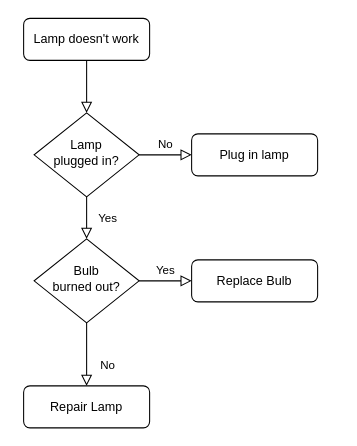
The draw.io diagram 未命名绘图.drawio in wly519092303/-, before the edit. Source tidied: cells renumbered, new cells numbered last; positions are measured from the earlier drawing's top-left corner, leaving out a move shared by most shapes. Both pictures are drawn from the tidied source at 105%, with x=0, y=0 at pixel (23, 18).
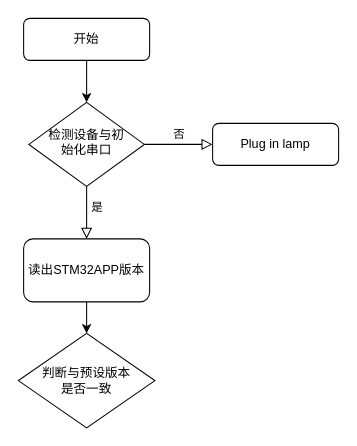
The same diagram, later.

Commit message (it also covers changes not shown here):
更新未命名绘图.drawio

Change to the diagram source:
```diff
@@
 <mxGraphModel>
   <root>
     <mxCell id="0" />
     <mxCell id="1" parent="0" />
-    <mxCell id="2" style="rounded=0;html=1;jettySize=auto;fontSize=11;endArrow=block;endFill=0;endSize=8;strokeWidth=1;shadow=0;labelBackgroundColor=none;edgeStyle=orthogonalEdgeStyle;" parent="1" edge="1" source="3" target="6">
+    <mxCell id="2" style="edgeStyle=orthogonalEdgeStyle;rounded=0;jettySize=auto;html=1;" parent="1" edge="1" source="3" target="6">
       <mxGeometry relative="1" as="geometry" />
     </mxCell>
-    <mxCell id="3" value="Lamp doesn't work" style="rounded=1;whiteSpace=wrap;html=1;fontSize=12;glass=0;strokeWidth=1;shadow=0;" parent="1" vertex="1">
+    <mxCell id="3" value="开始" style="rounded=1;whiteSpace=wrap;html=1;fontSize=12;glass=0;strokeWidth=1;shadow=0;" parent="1" vertex="1">
       <mxGeometry width="120" height="40" as="geometry" />
     </mxCell>
-    <mxCell id="4" value="Yes" style="rounded=0;html=1;jettySize=auto;fontSize=11;endArrow=block;endFill=0;endSize=8;strokeWidth=1;shadow=0;labelBackgroundColor=none;edgeStyle=orthogonalEdgeStyle;" parent="1" edge="1" source="6" target="10">
-      <mxGeometry y="20" relative="1" as="geometry" />
+    <mxCell id="4" value="是" style="rounded=0;html=1;jettySize=auto;fontSize=11;endArrow=block;endFill=0;endSize=8;strokeWidth=1;shadow=0;labelBackgroundColor=none;edgeStyle=orthogonalEdgeStyle;" parent="1" edge="1" source="6">
+      <mxGeometry x="-0.2" y="10" relative="1" as="geometry">
+        <mxPoint x="60" y="210" as="targetPoint" />
+      </mxGeometry>
     </mxCell>
-    <mxCell id="5" value="No" style="edgeStyle=orthogonalEdgeStyle;rounded=0;html=1;jettySize=auto;fontSize=11;endArrow=block;endFill=0;endSize=8;strokeWidth=1;shadow=0;labelBackgroundColor=none;" parent="1" edge="1" source="6" target="7">
+    <mxCell id="5" value="否" style="edgeStyle=orthogonalEdgeStyle;rounded=0;html=1;jettySize=auto;fontSize=11;endArrow=block;endFill=0;endSize=8;strokeWidth=1;shadow=0;labelBackgroundColor=none;" parent="1" edge="1" source="6" target="7">
       <mxGeometry y="10" relative="1" as="geometry" />
     </mxCell>
-    <mxCell id="6" value="Lamp&lt;br&gt;plugged in?" style="rhombus;whiteSpace=wrap;html=1;shadow=0;fontFamily=Helvetica;fontSize=12;align=center;strokeWidth=1;spacing=6;spacingTop=-4;" parent="1" vertex="1">
-      <mxGeometry x="10" y="90" width="100" height="80" as="geometry" />
+    <mxCell id="6" value="检测设备与初&lt;br&gt;始化串口" style="rhombus;whiteSpace=wrap;html=1;shadow=0;fontFamily=Helvetica;fontSize=12;align=center;strokeWidth=1;spacing=6;spacingTop=-4;" parent="1" vertex="1">
+      <mxGeometry x="5" y="80" width="110" height="80" as="geometry" />
     </mxCell>
     <mxCell id="7" value="Plug in lamp" style="rounded=1;whiteSpace=wrap;html=1;fontSize=12;glass=0;strokeWidth=1;shadow=0;" parent="1" vertex="1">
-      <mxGeometry x="160" y="110" width="120" height="40" as="geometry" />
+      <mxGeometry x="180" y="100" width="120" height="40" as="geometry" />
     </mxCell>
-    <mxCell id="8" value="No" style="rounded=0;html=1;jettySize=auto;fontSize=11;endArrow=block;endFill=0;endSize=8;strokeWidth=1;shadow=0;labelBackgroundColor=none;edgeStyle=orthogonalEdgeStyle;" parent="1" edge="1" source="10" target="11">
-      <mxGeometry x="0.33" y="20" relative="1" as="geometry" />
-    </mxCell>
-    <mxCell id="9" value="Yes" style="edgeStyle=orthogonalEdgeStyle;rounded=0;html=1;jettySize=auto;fontSize=11;endArrow=block;endFill=0;endSize=8;strokeWidth=1;shadow=0;labelBackgroundColor=none;" parent="1" edge="1" source="10" target="12">
-      <mxGeometry y="10" relative="1" as="geometry" />
-    </mxCell>
-    <mxCell id="10" value="Bulb&lt;br&gt;burned out?" style="rhombus;whiteSpace=wrap;html=1;shadow=0;fontFamily=Helvetica;fontSize=12;align=center;strokeWidth=1;spacing=6;spacingTop=-4;" parent="1" vertex="1">
-      <mxGeometry x="10" y="210" width="100" height="80" as="geometry" />
-    </mxCell>
-    <mxCell id="11" value="Repair Lamp" style="rounded=1;whiteSpace=wrap;html=1;fontSize=12;glass=0;strokeWidth=1;shadow=0;" parent="1" vertex="1">
-      <mxGeometry y="350" width="120" height="40" as="geometry" />
-    </mxCell>
-    <mxCell id="12" value="Replace Bulb" style="rounded=1;whiteSpace=wrap;html=1;fontSize=12;glass=0;strokeWidth=1;shadow=0;" parent="1" vertex="1">
-      <mxGeometry x="160" y="230" width="120" height="40" as="geometry" />
-    </mxCell>
+    <mxCell id="13" style="edgeStyle=orthogonalEdgeStyle;rounded=0;jettySize=auto;html=1;" parent="1" edge="1" source="14" target="15">
+      <mxGeometry relative="1" as="geometry" />
+    </mxCell>
+    <mxCell id="14" value="读出STM32APP版本" style="rounded=1;whiteSpace=wrap;html=1;" parent="1" vertex="1">
+      <mxGeometry y="210" width="120" height="60" as="geometry" />
+    </mxCell>
+    <mxCell id="15" value="判断与预设版本&lt;br&gt;是否一致" style="rhombus;whiteSpace=wrap;html=1;direction=south;" parent="1" vertex="1">
+      <mxGeometry x="-5" y="300" width="130" height="90" as="geometry" />
+    </mxCell>
   </root>
 </mxGraphModel>
```
